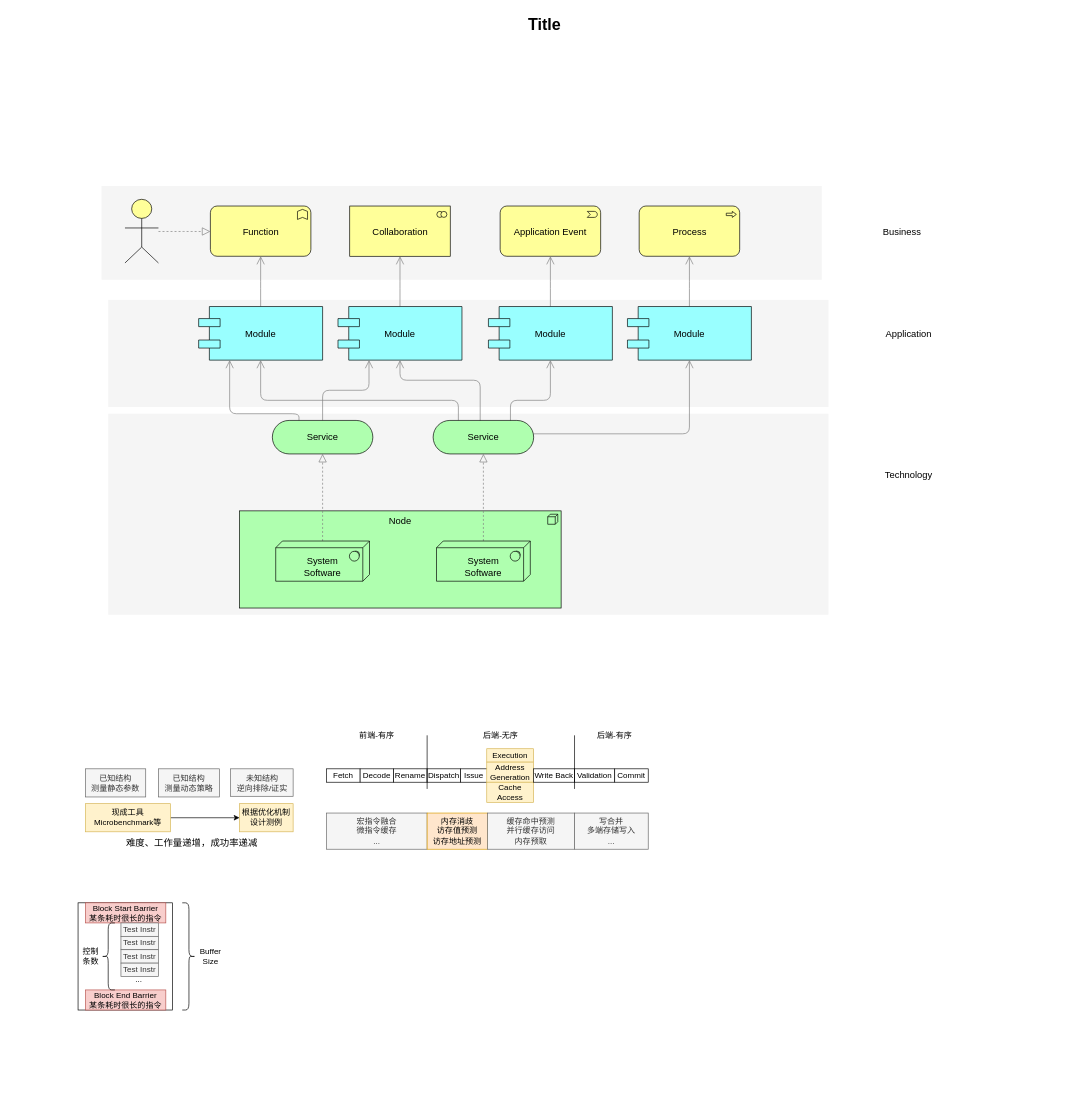
Above: bsherfinal.drawio in MatteoYang2002/drawio (draw.io), before the change. Source tidied: cells renumbered, new cells numbered last; positions are measured from the earlier drawing's top-left corner, leaving out a move shared by most shapes. Both pictures are drawn from the tidied source at 67%, with x=0, y=0 at pixel (11, 11).
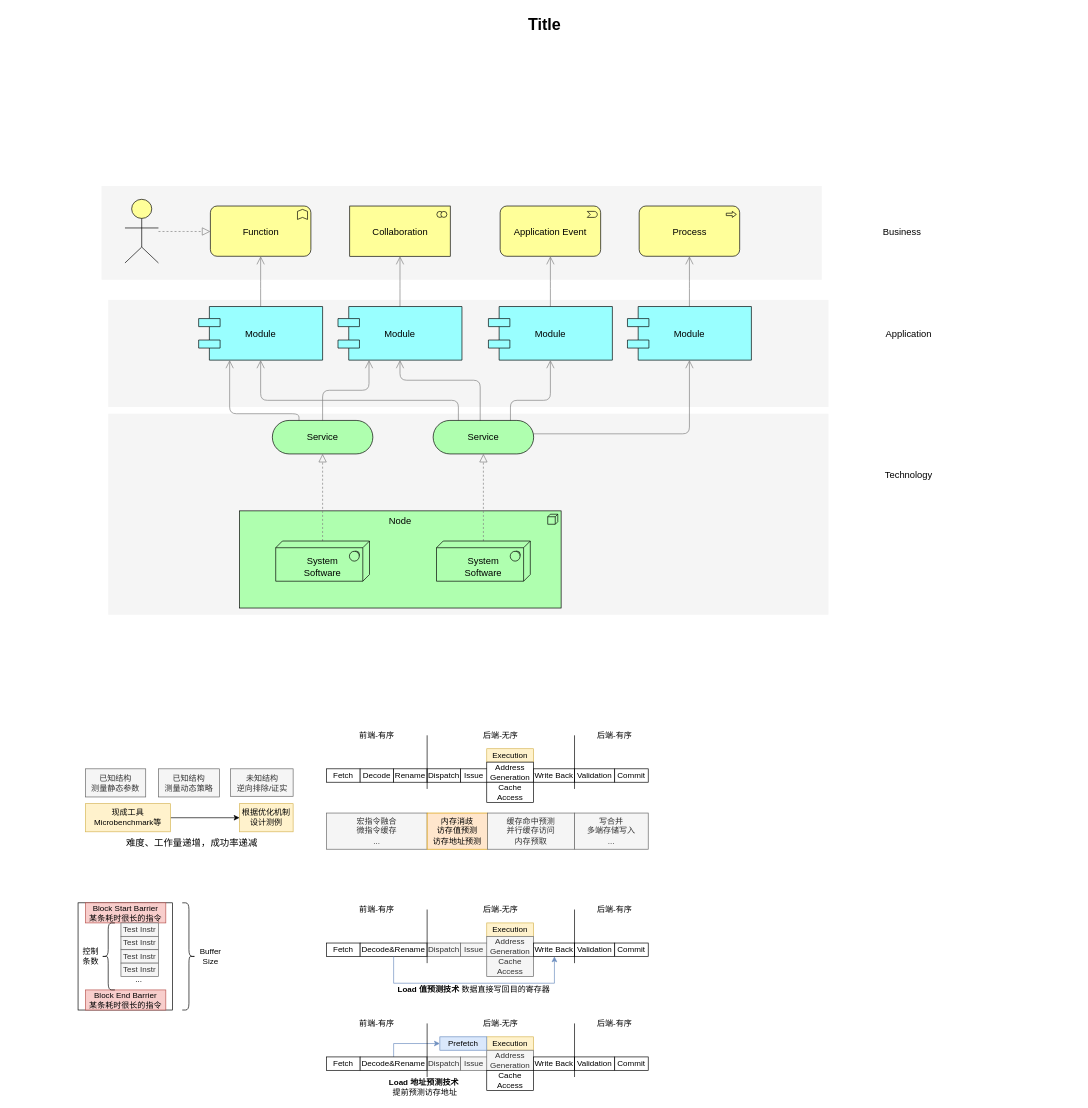
The same page after the edit.

Commit message:
ch4-5 chapter step

The edit, as a diff of the source:
```diff
@@
-    <mxCell id="50" value="Address Generation" style="rounded=0;whiteSpace=wrap;html=1;fillColor=#fff2cc;strokeColor=#d6b656;" parent="1" vertex="1">
+    <mxCell id="50" value="Address Generation" style="rounded=0;whiteSpace=wrap;html=1;" parent="1" vertex="1">
       <mxGeometry x="709" y="1120" width="70" height="30" as="geometry" />
     </mxCell>
-    <mxCell id="51" value="Cache&lt;div&gt;Access&lt;/div&gt;" style="rounded=0;whiteSpace=wrap;html=1;fillColor=#fff2cc;strokeColor=#d6b656;" parent="1" vertex="1">
+    <mxCell id="51" value="Cache&lt;div&gt;Access&lt;/div&gt;" style="rounded=0;whiteSpace=wrap;html=1;" parent="1" vertex="1">
       <mxGeometry x="709" y="1150" width="70" height="30" as="geometry" />
     </mxCell>
@@
+    <mxCell id="75" value="Fetch" style="rounded=0;whiteSpace=wrap;html=1;" parent="1" vertex="1">
+      <mxGeometry x="470" y="1390" width="50" height="20" as="geometry" />
+    </mxCell>
+    <mxCell id="76" value="Decode&amp;amp;Rename" style="rounded=0;whiteSpace=wrap;html=1;" parent="1" vertex="1">
+      <mxGeometry x="520" y="1390" width="100" height="20" as="geometry" />
+    </mxCell>
+    <mxCell id="77" value="Dispatch" style="rounded=0;whiteSpace=wrap;html=1;fillColor=#f5f5f5;fontColor=#333333;strokeColor=#666666;" parent="1" vertex="1">
+      <mxGeometry x="620" y="1390" width="50" height="20" as="geometry" />
+    </mxCell>
+    <mxCell id="78" value="Issue" style="rounded=0;whiteSpace=wrap;html=1;fillColor=#f5f5f5;fontColor=#333333;strokeColor=#666666;" parent="1" vertex="1">
+      <mxGeometry x="670" y="1390" width="40" height="20" as="geometry" />
+    </mxCell>
+    <mxCell id="79" value="Execution" style="rounded=0;whiteSpace=wrap;html=1;fillColor=#fff2cc;strokeColor=#d6b656;" parent="1" vertex="1">
+      <mxGeometry x="709" y="1360" width="70" height="20" as="geometry" />
+    </mxCell>
+    <mxCell id="80" value="Address Generation" style="rounded=0;whiteSpace=wrap;html=1;fillColor=#f5f5f5;fontColor=#333333;strokeColor=#666666;" parent="1" vertex="1">
+      <mxGeometry x="709" y="1380" width="70" height="30" as="geometry" />
+    </mxCell>
+    <mxCell id="81" value="Cache&lt;div&gt;Access&lt;/div&gt;" style="rounded=0;whiteSpace=wrap;html=1;fillColor=#f5f5f5;fontColor=#333333;strokeColor=#666666;" parent="1" vertex="1">
+      <mxGeometry x="709" y="1410" width="70" height="30" as="geometry" />
+    </mxCell>
+    <mxCell id="82" value="Write Back" style="rounded=0;whiteSpace=wrap;html=1;" parent="1" vertex="1">
+      <mxGeometry x="779" y="1390" width="61" height="20" as="geometry" />
+    </mxCell>
+    <mxCell id="83" value="Validation" style="rounded=0;whiteSpace=wrap;html=1;" parent="1" vertex="1">
+      <mxGeometry x="840" y="1390" width="60" height="20" as="geometry" />
+    </mxCell>
+    <mxCell id="84" value="Commit" style="rounded=0;whiteSpace=wrap;html=1;" parent="1" vertex="1">
+      <mxGeometry x="900" y="1390" width="50" height="20" as="geometry" />
+    </mxCell>
+    <mxCell id="85" style="endArrow=none;html=1;rounded=0;" parent="1" edge="1">
+      <mxGeometry relative="1" as="geometry">
+        <mxPoint x="620" y="1420" as="sourcePoint" />
+        <mxPoint x="620" y="1340" as="targetPoint" />
+      </mxGeometry>
+    </mxCell>
+    <mxCell id="86" style="endArrow=none;html=1;rounded=0;" parent="1" edge="1">
+      <mxGeometry relative="1" as="geometry">
+        <mxPoint x="840" y="1420" as="sourcePoint" />
+        <mxPoint x="840" y="1340" as="targetPoint" />
+      </mxGeometry>
+    </mxCell>
+    <mxCell id="87" value="前端-有序" style="text;html=1;align=center;verticalAlign=middle;whiteSpace=wrap;rounded=0;" parent="1" vertex="1">
+      <mxGeometry x="515" y="1330" width="60" height="20" as="geometry" />
+    </mxCell>
+    <mxCell id="88" value="后端-无序" style="text;html=1;align=center;verticalAlign=middle;whiteSpace=wrap;rounded=0;" parent="1" vertex="1">
+      <mxGeometry x="700" y="1330" width="60" height="20" as="geometry" />
+    </mxCell>
+    <mxCell id="89" value="后端-有序" style="text;html=1;align=center;verticalAlign=middle;whiteSpace=wrap;rounded=0;" parent="1" vertex="1">
+      <mxGeometry x="870" y="1330" width="60" height="20" as="geometry" />
+    </mxCell>
+    <mxCell id="90" style="edgeStyle=orthogonalEdgeStyle;rounded=0;jettySize=auto;html=1;fillColor=#dae8fc;strokeColor=#6c8ebf;exitX=0.5;exitY=1;exitDx=0;exitDy=0;" parent="1" edge="1" source="76">
+      <mxGeometry relative="1" as="geometry">
+        <mxPoint x="810" y="1410" as="targetPoint" />
+        <Array as="points">
+          <mxPoint x="570" y="1450" />
+          <mxPoint x="810" y="1450" />
+        </Array>
+      </mxGeometry>
+    </mxCell>
+    <mxCell id="91" value="&lt;b&gt;Load 值预测技术&lt;/b&gt; 数据直接写回目的寄存器" style="text;html=1;align=center;verticalAlign=middle;whiteSpace=wrap;rounded=0;" parent="1" vertex="1">
+      <mxGeometry x="570" y="1450" width="240" height="20" as="geometry" />
+    </mxCell>
+    <mxCell id="92" value="Fetch" style="rounded=0;whiteSpace=wrap;html=1;" parent="1" vertex="1">
+      <mxGeometry x="470" y="1560" width="50" height="20" as="geometry" />
+    </mxCell>
+    <mxCell id="93" style="edgeStyle=orthogonalEdgeStyle;rounded=0;jettySize=auto;html=1;entryX=0;entryY=0.5;entryDx=0;entryDy=0;fillColor=#dae8fc;strokeColor=#6c8ebf;" parent="1" edge="1" source="94" target="108">
+      <mxGeometry relative="1" as="geometry">
+        <Array as="points">
+          <mxPoint x="570" y="1540" />
+        </Array>
+      </mxGeometry>
+    </mxCell>
+    <mxCell id="94" value="Decode&amp;amp;Rename" style="rounded=0;whiteSpace=wrap;html=1;" parent="1" vertex="1">
+      <mxGeometry x="520" y="1560" width="100" height="20" as="geometry" />
+    </mxCell>
+    <mxCell id="95" value="Dispatch" style="rounded=0;whiteSpace=wrap;html=1;fillColor=#f5f5f5;fontColor=#333333;strokeColor=#666666;" parent="1" vertex="1">
+      <mxGeometry x="620" y="1560" width="50" height="20" as="geometry" />
+    </mxCell>
+    <mxCell id="96" value="Issue" style="rounded=0;whiteSpace=wrap;html=1;fillColor=#f5f5f5;fontColor=#333333;strokeColor=#666666;" parent="1" vertex="1">
+      <mxGeometry x="670" y="1560" width="40" height="20" as="geometry" />
+    </mxCell>
+    <mxCell id="97" value="Execution" style="rounded=0;whiteSpace=wrap;html=1;fillColor=#fff2cc;strokeColor=#d6b656;" parent="1" vertex="1">
+      <mxGeometry x="709" y="1530" width="70" height="20" as="geometry" />
+    </mxCell>
+    <mxCell id="98" value="Address Generation" style="rounded=0;whiteSpace=wrap;html=1;fillColor=#f5f5f5;fontColor=#333333;strokeColor=#666666;" parent="1" vertex="1">
+      <mxGeometry x="709" y="1550" width="70" height="30" as="geometry" />
+    </mxCell>
+    <mxCell id="99" value="Cache&lt;div&gt;Access&lt;/div&gt;" style="rounded=0;whiteSpace=wrap;html=1;" parent="1" vertex="1">
+      <mxGeometry x="709" y="1580" width="70" height="30" as="geometry" />
+    </mxCell>
+    <mxCell id="100" value="Write Back" style="rounded=0;whiteSpace=wrap;html=1;" parent="1" vertex="1">
+      <mxGeometry x="779" y="1560" width="61" height="20" as="geometry" />
+    </mxCell>
+    <mxCell id="101" value="Validation" style="rounded=0;whiteSpace=wrap;html=1;" parent="1" vertex="1">
+      <mxGeometry x="840" y="1560" width="60" height="20" as="geometry" />
+    </mxCell>
+    <mxCell id="102" value="Commit" style="rounded=0;whiteSpace=wrap;html=1;" parent="1" vertex="1">
+      <mxGeometry x="900" y="1560" width="50" height="20" as="geometry" />
+    </mxCell>
+    <mxCell id="103" style="endArrow=none;html=1;rounded=0;" parent="1" edge="1">
+      <mxGeometry relative="1" as="geometry">
+        <mxPoint x="620" y="1590" as="sourcePoint" />
+        <mxPoint x="620" y="1510" as="targetPoint" />
+      </mxGeometry>
+    </mxCell>
+    <mxCell id="104" style="endArrow=none;html=1;rounded=0;" parent="1" edge="1">
+      <mxGeometry relative="1" as="geometry">
+        <mxPoint x="840" y="1590" as="sourcePoint" />
+        <mxPoint x="840" y="1510" as="targetPoint" />
+      </mxGeometry>
+    </mxCell>
+    <mxCell id="105" value="前端-有序" style="text;html=1;align=center;verticalAlign=middle;whiteSpace=wrap;rounded=0;" parent="1" vertex="1">
+      <mxGeometry x="515" y="1500" width="60" height="20" as="geometry" />
+    </mxCell>
+    <mxCell id="106" value="后端-无序" style="text;html=1;align=center;verticalAlign=middle;whiteSpace=wrap;rounded=0;" parent="1" vertex="1">
+      <mxGeometry x="700" y="1500" width="60" height="20" as="geometry" />
+    </mxCell>
+    <mxCell id="107" value="后端-有序" style="text;html=1;align=center;verticalAlign=middle;whiteSpace=wrap;rounded=0;" parent="1" vertex="1">
+      <mxGeometry x="870" y="1500" width="60" height="20" as="geometry" />
+    </mxCell>
+    <mxCell id="108" value="Prefetch" style="rounded=0;whiteSpace=wrap;html=1;fillColor=#dae8fc;strokeColor=#6c8ebf;" parent="1" vertex="1">
+      <mxGeometry x="639" y="1530" width="70" height="20" as="geometry" />
+    </mxCell>
+    <mxCell id="109" value="&lt;b&gt;Load 地址预测技术&lt;/b&gt;&amp;nbsp;&lt;div&gt;提前预测访存地址&lt;/div&gt;" style="text;html=1;align=center;verticalAlign=middle;whiteSpace=wrap;rounded=0;" parent="1" vertex="1">
+      <mxGeometry x="562" y="1590" width="110" height="30" as="geometry" />
+    </mxCell>
```
